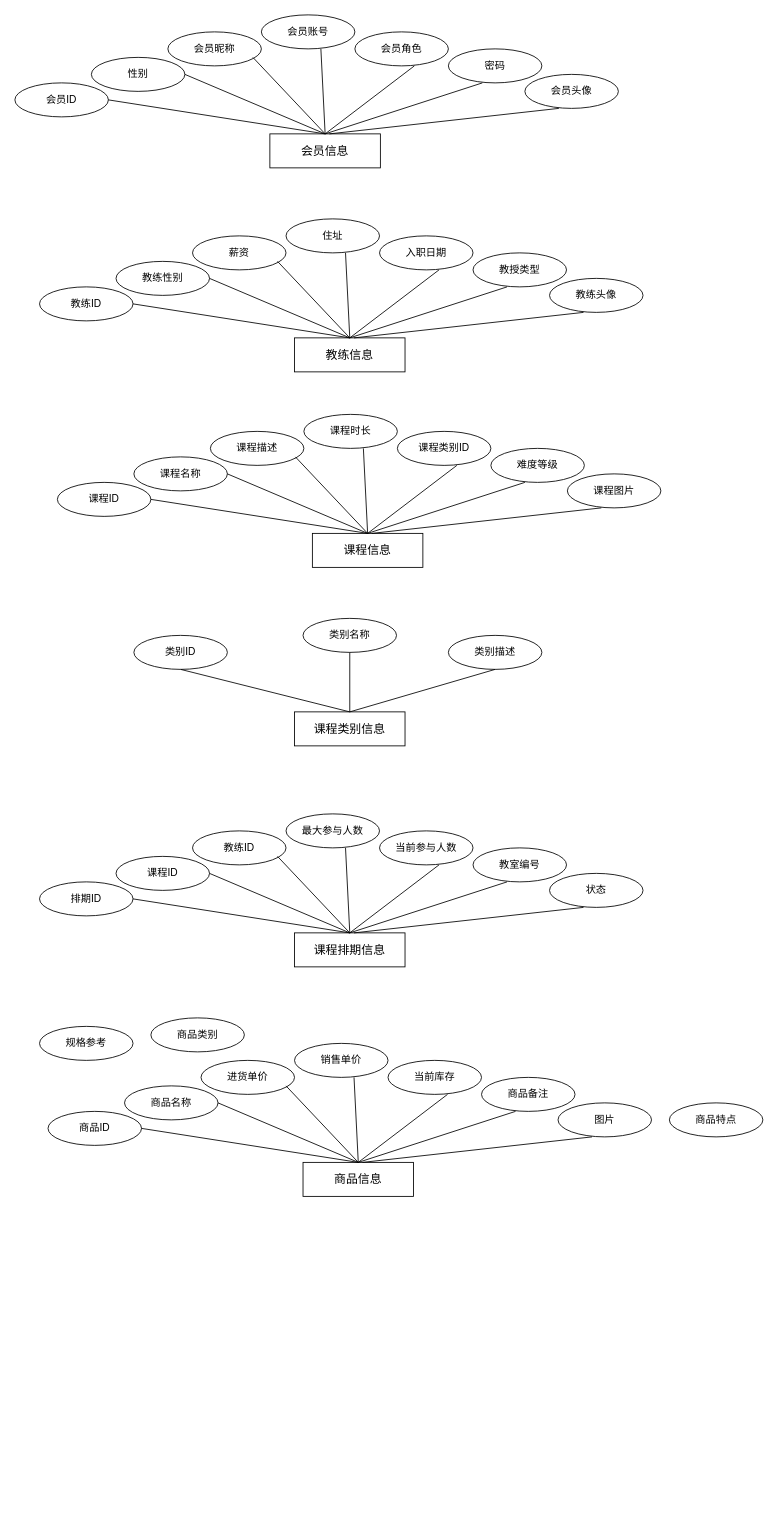
This is page "第 1 页" (1 of 2) of 毕业论文.drawio from xljya/image, a draw.io file, before an edit. Source tidied: cells renumbered, new cells numbered last; positions are measured from the earlier drawing's top-left corner, leaving out a move shared by most shapes. Both pictures are drawn from the tidied source at 85%, with x=0, y=0 at pixel (14, 14).
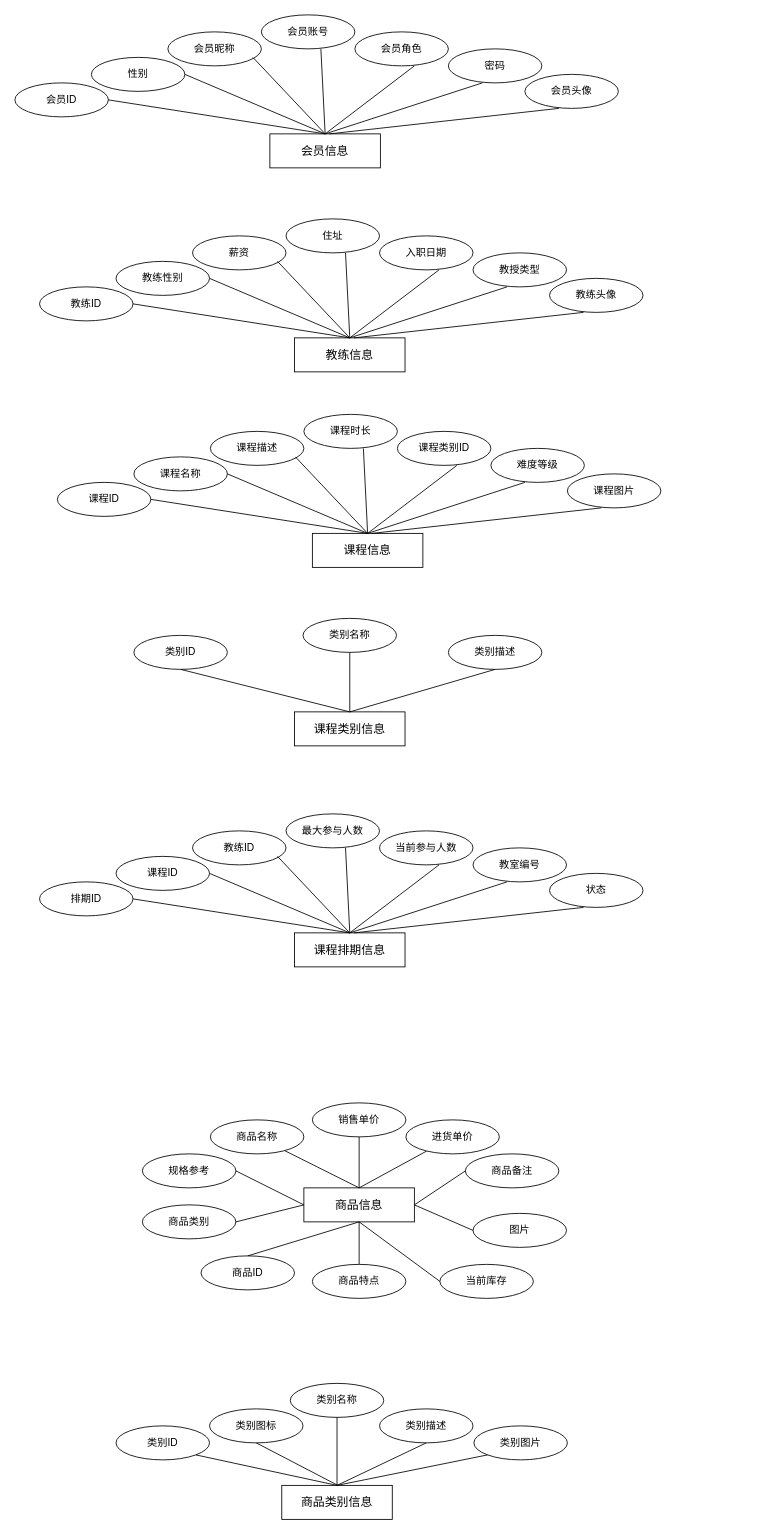
The same diagram, later.

Commit message:
更新毕业论文.drawio

The edit, as a diff of the source:
```diff
@@
     <mxCell id="69" value="&lt;font style=&quot;font-size: 14px;&quot;&gt;商品信息&lt;/font&gt;" style="rounded=0;whiteSpace=wrap;html=1;" parent="1" vertex="1">
-      <mxGeometry x="339" y="1350" width="130" height="40" as="geometry" />
+      <mxGeometry x="340" y="1380" width="130" height="40" as="geometry" />
     </mxCell>
-    <mxCell id="70" value="进货单价" style="ellipse;whiteSpace=wrap;html=1;" parent="1" vertex="1">
-      <mxGeometry x="219" y="1230" width="110" height="40" as="geometry" />
-    </mxCell>
     <mxCell id="71" value="销售单价" style="ellipse;whiteSpace=wrap;html=1;" parent="1" vertex="1">
-      <mxGeometry x="329" y="1210" width="110" height="40" as="geometry" />
+      <mxGeometry x="350" y="1280" width="110" height="40" as="geometry" />
     </mxCell>
     <mxCell id="72" value="图片" style="ellipse;whiteSpace=wrap;html=1;" parent="1" vertex="1">
-      <mxGeometry x="639" y="1280" width="110" height="40" as="geometry" />
+      <mxGeometry x="539" y="1410" width="110" height="40" as="geometry" />
     </mxCell>
-    <mxCell id="73" value="商品名称" style="ellipse;whiteSpace=wrap;html=1;" parent="1" vertex="1">
-      <mxGeometry x="129" y="1260" width="110" height="40" as="geometry" />
-    </mxCell>
     <mxCell id="74" value="当前库存" style="ellipse;whiteSpace=wrap;html=1;" parent="1" vertex="1">
-      <mxGeometry x="439" y="1230" width="110" height="40" as="geometry" />
+      <mxGeometry x="500" y="1470" width="110" height="40" as="geometry" />
     </mxCell>
     <mxCell id="75" value="商品备注" style="ellipse;whiteSpace=wrap;html=1;" parent="1" vertex="1">
-      <mxGeometry x="549" y="1250" width="110" height="40" as="geometry" />
+      <mxGeometry x="530" y="1340" width="110" height="40" as="geometry" />
     </mxCell>
     <mxCell id="76" value="商品ID" style="ellipse;whiteSpace=wrap;html=1;" parent="1" vertex="1">
-      <mxGeometry x="39" y="1290" width="110" height="40" as="geometry" />
+      <mxGeometry x="219" y="1460" width="110" height="40" as="geometry" />
     </mxCell>
-    <mxCell id="77" style="endArrow=none;html=1;rounded=0;exitX=0.5;exitY=0;exitDx=0;exitDy=0;" parent="1" edge="1" source="69">
-      <mxGeometry relative="1" as="geometry">
-        <mxPoint x="149" y="1310" as="targetPoint" />
-      </mxGeometry>
+    <mxCell id="77" style="endArrow=none;html=1;rounded=0;exitX=0;exitY=0.5;exitDx=0;exitDy=0;entryX=1;entryY=0.5;entryDx=0;entryDy=0;" parent="1" edge="1" source="69" target="85">
+      <mxGeometry relative="1" as="geometry" />
     </mxCell>
-    <mxCell id="78" style="endArrow=none;html=1;rounded=0;exitX=0.5;exitY=0;exitDx=0;exitDy=0;" parent="1" edge="1" source="69">
-      <mxGeometry relative="1" as="geometry">
-        <mxPoint x="239" y="1280" as="targetPoint" />
-      </mxGeometry>
-    </mxCell>
-    <mxCell id="79" style="endArrow=none;html=1;rounded=0;exitX=0.5;exitY=0;exitDx=0;exitDy=0;" parent="1" edge="1" source="69">
-      <mxGeometry relative="1" as="geometry">
-        <mxPoint x="319" y="1260" as="targetPoint" />
-      </mxGeometry>
-    </mxCell>
-    <mxCell id="80" style="endArrow=none;html=1;rounded=0;exitX=0.5;exitY=0;exitDx=0;exitDy=0;" parent="1" edge="1" source="69">
-      <mxGeometry relative="1" as="geometry">
-        <mxPoint x="399" y="1250" as="targetPoint" />
-      </mxGeometry>
+    <mxCell id="80" style="endArrow=none;html=1;rounded=0;exitX=0.5;exitY=0;exitDx=0;exitDy=0;entryX=0.5;entryY=1;entryDx=0;entryDy=0;" parent="1" edge="1" source="69" target="71">
+      <mxGeometry relative="1" as="geometry" />
     </mxCell>
-    <mxCell id="81" style="endArrow=none;html=1;rounded=0;exitX=0.5;exitY=0;exitDx=0;exitDy=0;" parent="1" edge="1" source="69">
-      <mxGeometry relative="1" as="geometry">
-        <mxPoint x="509" y="1270" as="targetPoint" />
-      </mxGeometry>
-    </mxCell>
-    <mxCell id="82" style="endArrow=none;html=1;rounded=0;exitX=0.5;exitY=0;exitDx=0;exitDy=0;" parent="1" edge="1" source="69">
-      <mxGeometry relative="1" as="geometry">
-        <mxPoint x="589" y="1290" as="targetPoint" />
-      </mxGeometry>
+    <mxCell id="82" style="endArrow=none;html=1;rounded=0;exitX=1;exitY=0.5;exitDx=0;exitDy=0;entryX=0;entryY=0.5;entryDx=0;entryDy=0;" parent="1" edge="1" source="69" target="75">
+      <mxGeometry relative="1" as="geometry" />
     </mxCell>
-    <mxCell id="83" style="endArrow=none;html=1;rounded=0;" parent="1" edge="1">
-      <mxGeometry relative="1" as="geometry">
-        <mxPoint x="409" y="1350" as="sourcePoint" />
-        <mxPoint x="679" y="1320" as="targetPoint" />
-      </mxGeometry>
+    <mxCell id="83" style="endArrow=none;html=1;rounded=0;exitX=0.5;exitY=1;exitDx=0;exitDy=0;entryX=0.5;entryY=0;entryDx=0;entryDy=0;" parent="1" edge="1" source="69" target="84">
+      <mxGeometry relative="1" as="geometry" />
     </mxCell>
     <mxCell id="84" value="商品特点" style="ellipse;whiteSpace=wrap;html=1;" parent="1" vertex="1">
-      <mxGeometry x="770" y="1280" width="110" height="40" as="geometry" />
+      <mxGeometry x="350" y="1470" width="110" height="40" as="geometry" />
     </mxCell>
     <mxCell id="85" value="规格参考" style="ellipse;whiteSpace=wrap;html=1;" parent="1" vertex="1">
-      <mxGeometry x="29" y="1190" width="110" height="40" as="geometry" />
+      <mxGeometry x="150" y="1340" width="110" height="40" as="geometry" />
     </mxCell>
     <mxCell id="86" value="商品类别" style="ellipse;whiteSpace=wrap;html=1;" parent="1" vertex="1">
-      <mxGeometry x="160" y="1180" width="110" height="40" as="geometry" />
+      <mxGeometry x="150" y="1400" width="110" height="40" as="geometry" />
     </mxCell>
+    <mxCell id="87" style="endArrow=none;html=1;rounded=0;exitX=0.5;exitY=0;exitDx=0;exitDy=0;" parent="1" edge="1" source="69" target="70">
+      <mxGeometry relative="1" as="geometry" />
+    </mxCell>
+    <mxCell id="70" value="进货单价" style="ellipse;whiteSpace=wrap;html=1;" parent="1" vertex="1">
+      <mxGeometry x="460" y="1300" width="110" height="40" as="geometry" />
+    </mxCell>
+    <mxCell id="88" style="endArrow=none;html=1;rounded=0;exitX=0.5;exitY=0;exitDx=0;exitDy=0;" parent="1" edge="1" source="69" target="73">
+      <mxGeometry relative="1" as="geometry" />
+    </mxCell>
+    <mxCell id="73" value="商品名称" style="ellipse;whiteSpace=wrap;html=1;" parent="1" vertex="1">
+      <mxGeometry x="230" y="1300" width="110" height="40" as="geometry" />
+    </mxCell>
+    <mxCell id="89" style="endArrow=none;html=1;rounded=0;exitX=0;exitY=0.5;exitDx=0;exitDy=0;entryX=1;entryY=0.5;entryDx=0;entryDy=0;" parent="1" edge="1" source="69" target="86">
+      <mxGeometry relative="1" as="geometry" />
+    </mxCell>
+    <mxCell id="90" style="endArrow=none;html=1;rounded=0;exitX=1;exitY=0.5;exitDx=0;exitDy=0;entryX=0;entryY=0.5;entryDx=0;entryDy=0;" parent="1" edge="1" source="69" target="72">
+      <mxGeometry relative="1" as="geometry" />
+    </mxCell>
+    <mxCell id="91" style="endArrow=none;html=1;rounded=0;exitX=0.5;exitY=1;exitDx=0;exitDy=0;entryX=0;entryY=0.5;entryDx=0;entryDy=0;" parent="1" edge="1" source="69" target="74">
+      <mxGeometry relative="1" as="geometry" />
+    </mxCell>
+    <mxCell id="92" style="endArrow=none;html=1;rounded=0;exitX=0.5;exitY=1;exitDx=0;exitDy=0;entryX=0.5;entryY=0;entryDx=0;entryDy=0;" parent="1" edge="1" source="69" target="76">
+      <mxGeometry relative="1" as="geometry" />
+    </mxCell>
+    <mxCell id="93" value="&lt;font style=&quot;font-size: 14px;&quot;&gt;商品类别信息&lt;/font&gt;" style="rounded=0;whiteSpace=wrap;html=1;" parent="1" vertex="1">
+      <mxGeometry x="314" y="1730" width="130" height="40" as="geometry" />
+    </mxCell>
+    <mxCell id="94" value="类别描述" style="ellipse;whiteSpace=wrap;html=1;" parent="1" vertex="1">
+      <mxGeometry x="429" y="1640" width="110" height="40" as="geometry" />
+    </mxCell>
+    <mxCell id="95" value="类别名称" style="ellipse;whiteSpace=wrap;html=1;" parent="1" vertex="1">
+      <mxGeometry x="324" y="1610" width="110" height="40" as="geometry" />
+    </mxCell>
+    <mxCell id="96" value="类别ID" style="ellipse;whiteSpace=wrap;html=1;" parent="1" vertex="1">
+      <mxGeometry x="119" y="1660" width="110" height="40" as="geometry" />
+    </mxCell>
+    <mxCell id="97" style="endArrow=none;html=1;rounded=0;exitX=0.5;exitY=0;exitDx=0;exitDy=0;entryX=1;entryY=1;entryDx=0;entryDy=0;" parent="1" edge="1" source="93" target="96">
+      <mxGeometry relative="1" as="geometry" />
+    </mxCell>
+    <mxCell id="98" style="endArrow=none;html=1;rounded=0;exitX=0.5;exitY=0;exitDx=0;exitDy=0;entryX=0.5;entryY=1;entryDx=0;entryDy=0;" parent="1" edge="1" source="93" target="94">
+      <mxGeometry relative="1" as="geometry" />
+    </mxCell>
+    <mxCell id="99" style="endArrow=none;html=1;rounded=0;exitX=0.5;exitY=0;exitDx=0;exitDy=0;entryX=0.5;entryY=1;entryDx=0;entryDy=0;" parent="1" edge="1" source="93" target="95">
+      <mxGeometry relative="1" as="geometry" />
+    </mxCell>
+    <mxCell id="100" value="类别图标" style="ellipse;whiteSpace=wrap;html=1;" parent="1" vertex="1">
+      <mxGeometry x="229" y="1640" width="110" height="40" as="geometry" />
+    </mxCell>
+    <mxCell id="101" value="类别图片" style="ellipse;whiteSpace=wrap;html=1;" parent="1" vertex="1">
+      <mxGeometry x="540" y="1660" width="110" height="40" as="geometry" />
+    </mxCell>
+    <mxCell id="102" style="endArrow=none;html=1;rounded=0;entryX=0.5;entryY=1;entryDx=0;entryDy=0;" parent="1" edge="1" target="100">
+      <mxGeometry relative="1" as="geometry">
+        <mxPoint x="380" y="1730" as="sourcePoint" />
+      </mxGeometry>
+    </mxCell>
+    <mxCell id="103" style="endArrow=none;html=1;rounded=0;exitX=0.5;exitY=0;exitDx=0;exitDy=0;entryX=0;entryY=1;entryDx=0;entryDy=0;" parent="1" edge="1" source="93" target="101">
+      <mxGeometry relative="1" as="geometry" />
+    </mxCell>
```
